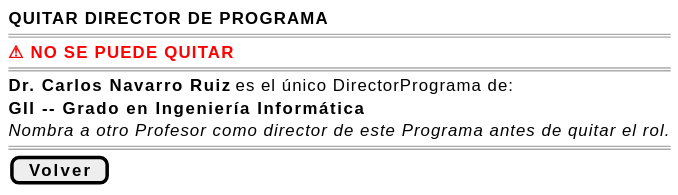
Above: images/RUP/01-requisitos/03-detalle-casos-uso/quitarDirectorPrograma/wireframe-bloqueada.svg in mmasias/pyCeldaPublico (PlantUML), before the change.
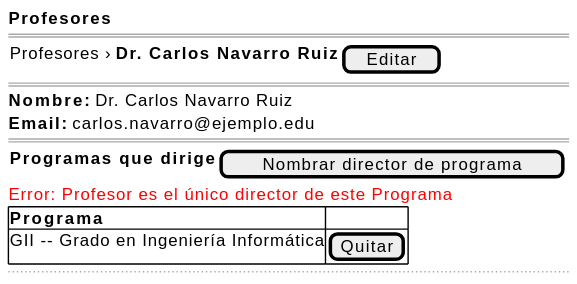
After the commit.

Change to the diagram source:
```diff
@@ -1,15 +1,18 @@
 @startsalt quitarDirectorPrograma-wireframe-bloqueada
 {
-    <b>QUITAR DIRECTOR DE PROGRAMA</b>
+    <b>Profesores</b>
     ====
-    <color:red><b>⚠ NO SE PUEDE QUITAR</b></color>
+    { Profesores › <b>Dr. Carlos Navarro Ruiz</b> | [ Editar ] }
     ====
-    <b>Dr. Carlos Navarro Ruiz</b> es el único DirectorPrograma de:
-
-    <b>GII -- Grado en Ingeniería Informática</b>
-
-    <i>Nombra a otro Profesor como director de este Programa antes de quitar el rol.</i>
+    <b>Nombre:</b> Dr. Carlos Navarro Ruiz
+    <b>Email:</b> carlos.navarro@ejemplo.edu
     ====
-    [ <b>Volver</b> ]
+    { <b>Programas que dirige</b> | [ Nombrar director de programa ] }
+    <color:red>Error: Profesor es el único director de este Programa</color>
+    {#
+        <b>Programa</b> | .
+        GII -- Grado en Ingeniería Informática | [Quitar]
+    }
+    ..
 }
 @endsalt
```
